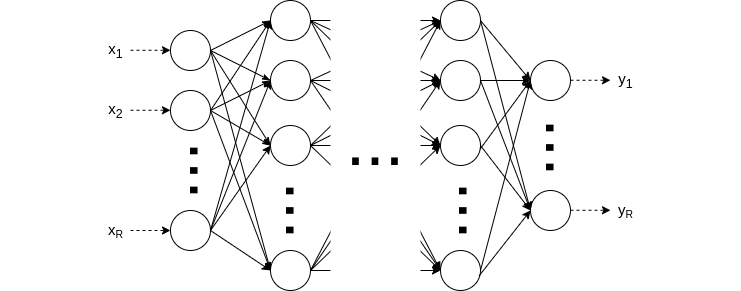
michalstruna/exoplanets-ai keeps this draw.io diagram as docs/img/ffnn.png. Above is the earlier version. Source tidied: cells renumbered, new cells last; positions are measured from the earlier drawing's top-left corner, leaving out a move shared by most shapes.
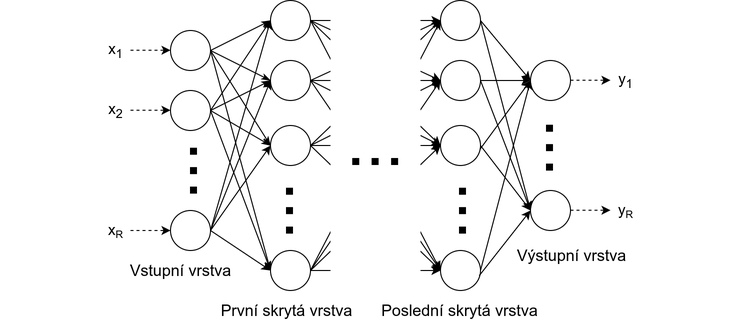
The same diagram one commit later.

The edit, as a diff of the source:
```diff
@@ -215,5 +215,17 @@
     <mxCell id="67" value="&lt;font style=&quot;font-size: 70px&quot;&gt;...&lt;/font&gt;" style="text;html=1;align=center;verticalAlign=middle;rotation=90;" parent="1" vertex="1">
       <mxGeometry x="536" y="127" width="70" height="40" as="geometry" />
     </mxCell>
+    <mxCell id="68" value="&lt;font style=&quot;font-size: 16px&quot;&gt;Vstupní vrstva&lt;/font&gt;" style="text;html=1;align=center;verticalAlign=middle;" parent="1" vertex="1">
+      <mxGeometry x="120" y="260" width="120" height="20" as="geometry" />
+    </mxCell>
+    <mxCell id="69" value="&lt;font style=&quot;font-size: 16px&quot;&gt;První skrytá vrstva&lt;/font&gt;" style="text;html=1;align=center;verticalAlign=middle;" parent="1" vertex="1">
+      <mxGeometry x="211" y="300" width="150" height="20" as="geometry" />
+    </mxCell>
+    <mxCell id="70" value="&lt;font style=&quot;font-size: 16px&quot;&gt;Poslední skrytá vrstva&lt;/font&gt;" style="text;html=1;align=center;verticalAlign=middle;" parent="1" vertex="1">
+      <mxGeometry x="374" y="300" width="170" height="20" as="geometry" />
+    </mxCell>
+    <mxCell id="71" value="&lt;font style=&quot;font-size: 16px&quot;&gt;Výstupní vrstva&lt;/font&gt;" style="text;html=1;align=center;verticalAlign=middle;" parent="1" vertex="1">
+      <mxGeometry x="511" y="245" width="120" height="20" as="geometry" />
+    </mxCell>
   </root>
 </mxGraphModel>
```
